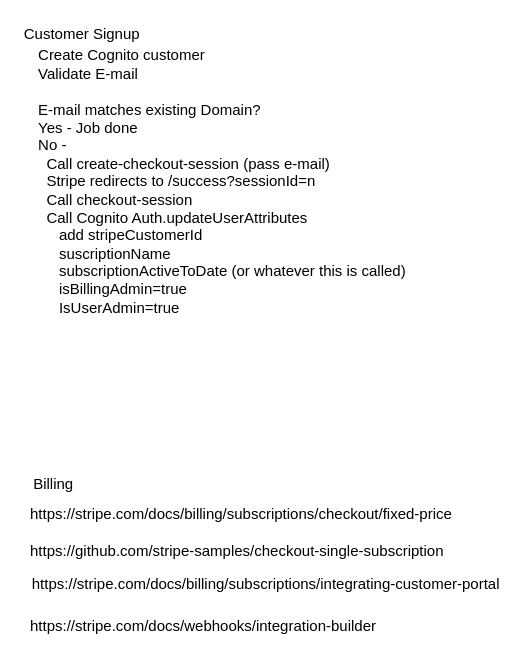
Above: page "References" (5 of 5) of Shhh.drawio in ciaran-finnegan/secret-sharer-client (draw.io), before the change. Source tidied: cells renumbered, new cells numbered last; positions are measured from the earlier drawing's top-left corner, leaving out a move shared by most shapes. Both pictures are drawn from the tidied source at 125%, with x=0, y=0 at pixel (21, 21).
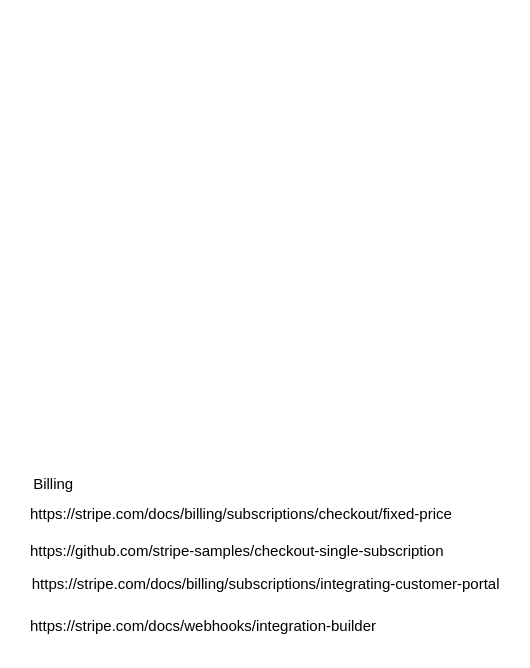
After the change.

What changed in the source:
```diff
@@
 <mxGraphModel>
   <root>
     <mxCell id="0" />
     <mxCell id="1" parent="0" />
-    <mxCell id="2" value="Customer Signup" style="text;html=1;align=left;verticalAlign=middle;" parent="1" vertex="1">
-      <mxGeometry width="110" height="20" as="geometry" />
-    </mxCell>
     <mxCell id="3" value="https://stripe.com/docs/billing/subscriptions/integrating-customer-portal" style="text;html=1;align=center;verticalAlign=middle;" parent="1" vertex="1">
       <mxGeometry y="440" width="390" height="20" as="geometry" />
     </mxCell>
     <mxCell id="4" value="https://stripe.com/docs/webhooks/integration-builder" style="text;whiteSpace=wrap;html=1;" parent="1" vertex="1">
       <mxGeometry x="5" y="470" width="300" height="30" as="geometry" />
     </mxCell>
     <mxCell id="5" value="https://stripe.com/docs/billing/subscriptions/checkout/fixed-price" style="text;whiteSpace=wrap;html=1;" parent="1" vertex="1">
       <mxGeometry x="5" y="380" width="360" height="30" as="geometry" />
     </mxCell>
     <mxCell id="6" value="https://github.com/stripe-samples/checkout-single-subscription" style="text;whiteSpace=wrap;html=1;" parent="1" vertex="1">
       <mxGeometry x="5" y="410" width="360" height="30" as="geometry" />
     </mxCell>
     <mxCell id="7" value="Billing" style="text;html=1;align=center;verticalAlign=middle;" parent="1" vertex="1">
       <mxGeometry y="360" width="50" height="20" as="geometry" />
     </mxCell>
-    <mxCell id="8" value="&lt;div style=&quot;text-align: left&quot;&gt;Create Cognito customer&lt;/div&gt;&lt;div style=&quot;text-align: left&quot;&gt;Validate E-mail&lt;/div&gt;&lt;br&gt;&lt;div&gt;&lt;div&gt;&lt;div style=&quot;text-align: left&quot;&gt;E-mail matches existing Domain?&lt;/div&gt;&lt;/div&gt;&lt;/div&gt;&lt;div style=&quot;text-align: left&quot;&gt;Yes - Job done&lt;/div&gt;&lt;div style=&quot;text-align: left&quot;&gt;No -&amp;nbsp;&lt;/div&gt;&lt;div style=&quot;text-align: left&quot;&gt;&amp;nbsp; Call create-checkout-session (pass e-mail)&lt;/div&gt;&lt;div style=&quot;text-align: left&quot;&gt;&amp;nbsp; Stripe redirects to /success?sessionId=n&lt;/div&gt;&lt;div style=&quot;text-align: left&quot;&gt;&amp;nbsp; Call checkout-session&lt;/div&gt;&lt;div style=&quot;text-align: left&quot;&gt;&amp;nbsp; Call Cognito Auth.updateUserAttributes&lt;/div&gt;&lt;div style=&quot;text-align: left&quot;&gt;&amp;nbsp; &amp;nbsp; &amp;nbsp;add stripeCustomerId&lt;/div&gt;&lt;div style=&quot;text-align: left&quot;&gt;&amp;nbsp; &amp;nbsp; &amp;nbsp;suscriptionName&lt;/div&gt;&lt;div style=&quot;text-align: left&quot;&gt;&amp;nbsp; &amp;nbsp; &amp;nbsp;subscriptionActiveToDate (or whatever this is called)&lt;/div&gt;&lt;div style=&quot;text-align: left&quot;&gt;&amp;nbsp; &amp;nbsp; &amp;nbsp;isBillingAdmin=true&lt;/div&gt;&lt;div style=&quot;text-align: left&quot;&gt;&amp;nbsp; &amp;nbsp; &amp;nbsp;IsUserAdmin=true&lt;/div&gt;&lt;div style=&quot;text-align: left&quot;&gt;&lt;br&gt;&lt;/div&gt;" style="text;html=1;align=center;verticalAlign=middle;" parent="1" vertex="1">
-      <mxGeometry x="5" y="20" width="310" height="230" as="geometry" />
-    </mxCell>
   </root>
 </mxGraphModel>
```
